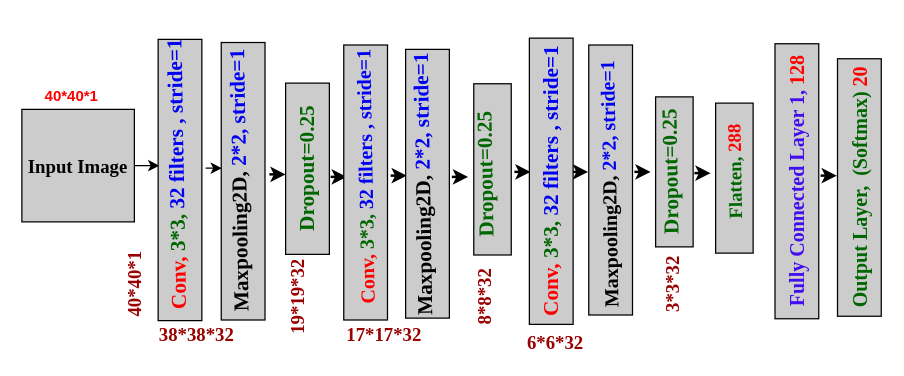
Before: page "Page-1" (1 of 2) of Untitled Diagram.drawio in musaru/first_program, a draw.io diagram. Source tidied: cells renumbered, new cells numbered last; positions are measured from the earlier drawing's top-left corner, leaving out a move shared by most shapes. Both pictures are drawn from the tidied source at 125%, with x=0, y=0 at pixel (21, 84).
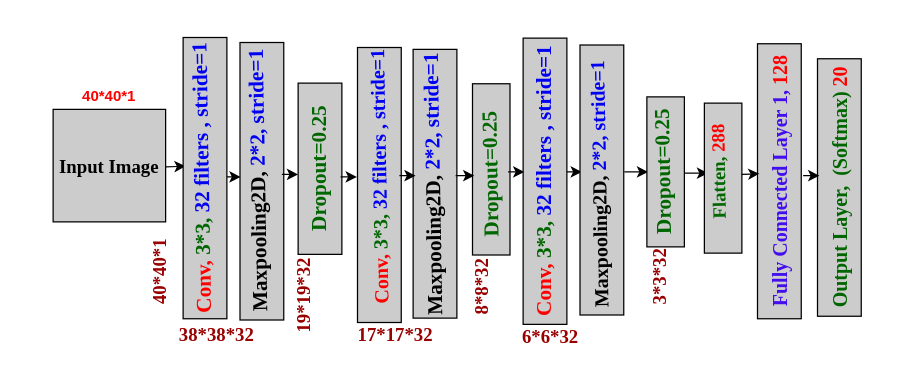
The same page after the edit.

Commit message:
SLR CNN Architecture

Diff of the diagram source:
```diff
@@
     <mxCell id="2" value="&lt;b&gt;&lt;font style=&quot;font-size: 15px&quot; face=&quot;Times New Roman&quot;&gt;Input Image&lt;/font&gt;&lt;/b&gt;" style="whiteSpace=wrap;html=1;strokeWidth=1;fillColor=#CCCCCC;" parent="1" vertex="1">
-      <mxGeometry y="20" width="90" height="90" as="geometry" />
+      <mxGeometry x="25" y="20" width="90" height="90" as="geometry" />
     </mxCell>
     <mxCell id="3" value="&lt;font color=&quot;#FF0000&quot;&gt;&lt;b&gt;40*40*1&lt;/b&gt;&lt;/font&gt;" style="text;html=1;strokeColor=none;fillColor=none;align=center;verticalAlign=middle;whiteSpace=wrap;rounded=0;" parent="1" vertex="1">
-      <mxGeometry x="20" width="40" height="20" as="geometry" />
+      <mxGeometry x="50" width="40" height="20" as="geometry" />
     </mxCell>
-    <mxCell id="4" style="endArrow=classic;html=1;strokeWidth=1;" parent="1" edge="1">
+    <mxCell id="4" style="endArrow=classic;html=1;strokeWidth=1;entryX=0.542;entryY=-0.114;entryDx=0;entryDy=0;entryPerimeter=0;" parent="1" edge="1">
       <mxGeometry relative="1" as="geometry">
-        <mxPoint x="90" y="65" as="sourcePoint" />
-        <mxPoint x="110" y="65" as="targetPoint" />
+        <mxPoint x="115" y="66" as="sourcePoint" />
+        <mxPoint x="131" y="65.5" as="targetPoint" />
       </mxGeometry>
     </mxCell>
-    <mxCell id="5" style="group;strokeWidth=1;" parent="1" vertex="1">
-      <mxGeometry x="80" y="63" width="290" height="70" as="geometry" />
-    </mxCell>
-    <mxCell id="6" style="endArrow=classic;html=1;strokeWidth=2;" parent="5" edge="1">
-      <mxGeometry relative="1" as="geometry">
-        <mxPoint x="167" y="11" as="sourcePoint" />
-        <mxPoint x="180" y="11" as="targetPoint" />
-      </mxGeometry>
-    </mxCell>
-    <mxCell id="7" style="endArrow=classic;html=1;strokeWidth=2;" parent="5" edge="1">
-      <mxGeometry relative="1" as="geometry">
-        <mxPoint x="215" y="10" as="sourcePoint" />
-        <mxPoint x="228" y="10" as="targetPoint" />
-      </mxGeometry>
-    </mxCell>
-    <mxCell id="8" style="endArrow=classic;html=1;strokeWidth=2;" parent="5" edge="1">
-      <mxGeometry relative="1" as="geometry">
-        <mxPoint x="264" y="11" as="sourcePoint" />
-        <mxPoint x="277" y="11" as="targetPoint" />
-      </mxGeometry>
-    </mxCell>
     <mxCell id="9" style="rounded=0;whiteSpace=wrap;html=1;strokeWidth=1;rotation=-90;fillColor=#CCCCCC;" parent="1" vertex="1">
-      <mxGeometry x="165" y="61" width="220" height="35" as="geometry" />
+      <mxGeometry x="176" y="63" width="220" height="35" as="geometry" />
     </mxCell>
     <mxCell id="10" value="&lt;font style=&quot;font-size: 16px&quot; face=&quot;Times New Roman&quot;&gt;&lt;b&gt;&lt;font style=&quot;font-size: 16px&quot; color=&quot;#FF0000&quot;&gt;Conv&lt;/font&gt;&lt;font style=&quot;font-size: 16px&quot; color=&quot;#FF0000&quot;&gt;, &lt;/font&gt;&lt;font style=&quot;font-size: 16px&quot; color=&quot;#006600&quot;&gt;3*3,&lt;/font&gt; &lt;font style=&quot;font-size: 16px&quot; color=&quot;#0000F2&quot;&gt;32 filters , stride=&lt;/font&gt;&lt;font style=&quot;font-size: 16px&quot; color=&quot;#0000F2&quot;&gt;1&lt;/font&gt;&lt;/b&gt;&lt;/font&gt;" style="text;html=1;strokeColor=none;fillColor=none;align=center;verticalAlign=middle;whiteSpace=wrap;rounded=0;rotation=-91;strokeWidth=1;" parent="1" vertex="1">
-      <mxGeometry x="155" y="64" width="240" height="20" as="geometry" />
+      <mxGeometry x="166" y="64" width="240" height="20" as="geometry" />
     </mxCell>
     <mxCell id="11" style="rounded=0;whiteSpace=wrap;html=1;strokeWidth=1;rotation=-90;fillColor=#CCCCCC;" parent="1" vertex="1">
-      <mxGeometry x="217" y="62" width="215" height="35" as="geometry" />
+      <mxGeometry x="223" y="62" width="215" height="35" as="geometry" />
     </mxCell>
     <mxCell id="12" value="&lt;font face=&quot;Times New Roman&quot;&gt;&lt;b&gt;&lt;font style=&quot;font-size: 17px&quot; color=&quot;#FF0000&quot;&gt;&lt;font color=&quot;#000000&quot;&gt;Maxpooling2D,&lt;/font&gt; &lt;font color=&quot;#0000F2&quot;&gt;2*2, stride=1&lt;/font&gt;&lt;br&gt;&lt;/font&gt;&lt;/b&gt;&lt;/font&gt;" style="text;html=1;strokeColor=none;fillColor=none;align=center;verticalAlign=middle;whiteSpace=wrap;rounded=0;rotation=-91;strokeWidth=1;" parent="1" vertex="1">
-      <mxGeometry x="202" y="70" width="240" height="20" as="geometry" />
+      <mxGeometry x="210" y="70" width="240" height="20" as="geometry" />
     </mxCell>
     <mxCell id="13" style="rounded=0;whiteSpace=wrap;html=1;strokeWidth=1;rotation=-90;fillColor=#CCCCCC;" parent="1" vertex="1">
-      <mxGeometry x="308" y="53" width="137" height="30" as="geometry" />
+      <mxGeometry x="307" y="53" width="137" height="30" as="geometry" />
     </mxCell>
     <mxCell id="14" value="&lt;font face=&quot;Times New Roman&quot; color=&quot;#006600&quot;&gt;&lt;b&gt;&lt;font style=&quot;font-size: 17px&quot;&gt;Dropout=0.25&lt;/font&gt;&lt;/b&gt;&lt;/font&gt;" style="text;html=1;strokeColor=none;fillColor=none;align=center;verticalAlign=middle;whiteSpace=wrap;rounded=0;rotation=-91;strokeWidth=1;" parent="1" vertex="1">
-      <mxGeometry x="252" y="62" width="240" height="20" as="geometry" />
+      <mxGeometry x="256" y="62" width="240" height="20" as="geometry" />
     </mxCell>
-    <mxCell id="15" style="endArrow=classic;html=1;strokeWidth=2;" parent="1" edge="1">
+    <mxCell id="15" style="endArrow=classic;html=1;strokeWidth=1;" parent="1" edge="1">
       <mxGeometry relative="1" as="geometry">
-        <mxPoint x="394" y="70" as="sourcePoint" />
-        <mxPoint x="407" y="70" as="targetPoint" />
+        <mxPoint x="389" y="70" as="sourcePoint" />
+        <mxPoint x="402" y="70" as="targetPoint" />
       </mxGeometry>
     </mxCell>
-    <mxCell id="16" style="endArrow=classic;html=1;strokeWidth=2;" parent="1" edge="1">
+    <mxCell id="16" style="endArrow=classic;html=1;strokeWidth=1;" parent="1" edge="1">
       <mxGeometry relative="1" as="geometry">
-        <mxPoint x="440" y="70" as="sourcePoint" />
-        <mxPoint x="453" y="70" as="targetPoint" />
+        <mxPoint x="435" y="70" as="sourcePoint" />
+        <mxPoint x="448" y="70" as="targetPoint" />
       </mxGeometry>
     </mxCell>
-    <mxCell id="17" style="endArrow=classic;html=1;strokeWidth=2;" parent="1" edge="1">
+    <mxCell id="17" style="endArrow=classic;html=1;strokeWidth=1;" parent="1" edge="1">
       <mxGeometry relative="1" as="geometry">
-        <mxPoint x="490" y="70" as="sourcePoint" />
-        <mxPoint x="503" y="70" as="targetPoint" />
+        <mxPoint x="482" y="70" as="sourcePoint" />
+        <mxPoint x="501" y="70" as="targetPoint" />
       </mxGeometry>
     </mxCell>
-    <mxCell id="18" style="endArrow=classic;html=1;strokeWidth=2;" parent="1" edge="1">
+    <mxCell id="18" style="endArrow=classic;html=1;strokeWidth=1;" parent="1" edge="1">
       <mxGeometry relative="1" as="geometry">
-        <mxPoint x="538" y="71" as="sourcePoint" />
-        <mxPoint x="551" y="71" as="targetPoint" />
+        <mxPoint x="528" y="71" as="sourcePoint" />
+        <mxPoint x="549" y="71" as="targetPoint" />
       </mxGeometry>
     </mxCell>
     <mxCell id="19" style="rounded=0;whiteSpace=wrap;html=1;strokeWidth=1;rotation=-90;fillColor=#CCCCCC;" parent="1" vertex="1">
-      <mxGeometry x="363" y="59" width="216" height="35" as="geometry" />
+      <mxGeometry x="356" y="59" width="216" height="35" as="geometry" />
     </mxCell>
     <mxCell id="20" value="&lt;font style=&quot;font-size: 16px&quot; face=&quot;Times New Roman&quot;&gt;&lt;b&gt;&lt;font style=&quot;font-size: 16px&quot; color=&quot;#FF0000&quot;&gt;&lt;font style=&quot;font-size: 16px&quot; color=&quot;#000000&quot;&gt;Maxpooling2D,&lt;/font&gt; &lt;font style=&quot;font-size: 16px&quot; color=&quot;#0000F2&quot;&gt;2*2, stride=1&lt;/font&gt;&lt;br&gt;&lt;/font&gt;&lt;/b&gt;&lt;/font&gt;" style="text;html=1;strokeColor=none;fillColor=none;align=center;verticalAlign=middle;whiteSpace=wrap;rounded=0;rotation=-91;strokeWidth=1;" parent="1" vertex="1">
-      <mxGeometry x="350" y="70" width="240" height="20" as="geometry" />
+      <mxGeometry x="342" y="70" width="240" height="20" as="geometry" />
     </mxCell>
     <mxCell id="21" style="rounded=0;whiteSpace=wrap;html=1;strokeWidth=1;rotation=-90;fillColor=#CCCCCC;" parent="1" vertex="1">
-      <mxGeometry x="462" y="55" width="120" height="30" as="geometry" />
+      <mxGeometry x="455" y="55" width="120" height="30" as="geometry" />
     </mxCell>
     <mxCell id="22" value="&lt;font face=&quot;Times New Roman&quot; color=&quot;#006600&quot;&gt;&lt;b&gt;&lt;font style=&quot;font-size: 17px&quot;&gt;Dropout=0.25&lt;/font&gt;&lt;/b&gt;&lt;/font&gt;" style="text;html=1;strokeColor=none;fillColor=none;align=center;verticalAlign=middle;whiteSpace=wrap;rounded=0;rotation=-91;strokeWidth=1;" parent="1" vertex="1">
-      <mxGeometry x="400" y="60" width="240" height="20" as="geometry" />
+      <mxGeometry x="394" y="60" width="240" height="20" as="geometry" />
     </mxCell>
     <mxCell id="23" value="&lt;font style=&quot;font-size: 17px&quot; face=&quot;Times New Roman&quot;&gt;&lt;b&gt;&lt;font style=&quot;font-size: 17px&quot; color=&quot;#FF0000&quot;&gt;Conv&lt;/font&gt;&lt;font style=&quot;font-size: 17px&quot; color=&quot;#FF0000&quot;&gt;, &lt;/font&gt;&lt;font style=&quot;font-size: 17px&quot; color=&quot;#006600&quot;&gt;3*3,&lt;/font&gt; &lt;font style=&quot;font-size: 17px&quot; color=&quot;#0000F2&quot;&gt;32 filters , stride=&lt;/font&gt;&lt;font style=&quot;font-size: 17px&quot; color=&quot;#0000F2&quot;&gt;1&lt;/font&gt;&lt;/b&gt;&lt;/font&gt;" style="rounded=0;whiteSpace=wrap;html=1;strokeWidth=1;rotation=-90;fillColor=#CCCCCC;" parent="1" vertex="1">
-      <mxGeometry x="309" y="60" width="229" height="35" as="geometry" />
+      <mxGeometry x="304" y="60" width="229" height="35" as="geometry" />
     </mxCell>
     <mxCell id="24" value="&lt;font style=&quot;font-size: 16px&quot; face=&quot;Times New Roman&quot;&gt;&lt;b&gt;&lt;font style=&quot;font-size: 16px&quot; color=&quot;#420EED&quot;&gt;Fully Connected Layer 1,&lt;font color=&quot;#FF0000&quot;&gt; 128&lt;/font&gt;&lt;/font&gt;&lt;/b&gt;&lt;/font&gt;" style="rounded=0;whiteSpace=wrap;html=1;strokeWidth=1;rotation=-90;fillColor=#CCCCCC;" parent="1" vertex="1">
-      <mxGeometry x="510" y="60" width="220" height="35" as="geometry" />
+      <mxGeometry x="496" y="60" width="220" height="35" as="geometry" />
     </mxCell>
     <mxCell id="25" value="&lt;font face=&quot;Times New Roman&quot; color=&quot;#006600&quot;&gt;&lt;b&gt;&lt;font style=&quot;font-size: 16px&quot;&gt;Output Layer,&amp;nbsp; (Softmax) &lt;font color=&quot;#FF0000&quot;&gt;20&lt;/font&gt;&lt;/font&gt;&lt;/b&gt;&lt;/font&gt;" style="rounded=0;whiteSpace=wrap;html=1;strokeWidth=1;rotation=-90;fillColor=#CCCCCC;" parent="1" vertex="1">
-      <mxGeometry x="567" y="65" width="206" height="35" as="geometry" />
+      <mxGeometry x="551" y="65" width="206" height="35" as="geometry" />
     </mxCell>
-    <mxCell id="26" style="endArrow=classic;html=1;strokeWidth=2;" parent="1" edge="1">
+    <mxCell id="26" style="endArrow=classic;html=1;strokeWidth=1;" parent="1" edge="1">
       <mxGeometry relative="1" as="geometry">
-        <mxPoint x="639" y="73" as="sourcePoint" />
-        <mxPoint x="652" y="73" as="targetPoint" />
+        <mxPoint x="625" y="73" as="sourcePoint" />
+        <mxPoint x="638" y="73" as="targetPoint" />
       </mxGeometry>
     </mxCell>
     <mxCell id="27" style="endArrow=classic;html=1;strokeWidth=1;" parent="1" edge="1">
       <mxGeometry relative="1" as="geometry">
-        <mxPoint x="147" y="67" as="sourcePoint" />
-        <mxPoint x="160" y="67" as="targetPoint" />
+        <mxPoint x="162" y="74" as="sourcePoint" />
+        <mxPoint x="175" y="74" as="targetPoint" />
       </mxGeometry>
     </mxCell>
     <mxCell id="28" style="rounded=0;whiteSpace=wrap;html=1;strokeWidth=1;rotation=-90;fillColor=#CCCCCC;" parent="1" vertex="1">
-      <mxGeometry x="66" y="60" width="222" height="35" as="geometry" />
+      <mxGeometry x="81" y="60" width="222" height="35" as="geometry" />
     </mxCell>
     <mxCell id="29" value="&lt;font face=&quot;Times New Roman&quot; color=&quot;#006600&quot;&gt;&lt;b&gt;&lt;font style=&quot;font-size: 17px&quot;&gt;Dropout=0.25&lt;/font&gt;&lt;/b&gt;&lt;/font&gt;" style="rounded=0;whiteSpace=wrap;html=1;strokeWidth=1;rotation=-90;fillColor=#CCCCCC;" parent="1" vertex="1">
-      <mxGeometry x="160" y="50" width="137" height="35" as="geometry" />
+      <mxGeometry x="170" y="50" width="137" height="35" as="geometry" />
     </mxCell>
     <mxCell id="30" value="&lt;font face=&quot;Times New Roman&quot;&gt;&lt;b&gt;&lt;font style=&quot;font-size: 17px&quot; color=&quot;#FF0000&quot;&gt;&lt;font color=&quot;#000000&quot;&gt;Maxpooling2D,&lt;/font&gt; &lt;font color=&quot;#0000F2&quot;&gt;2*2, stride=1&lt;/font&gt;&lt;br&gt;&lt;/font&gt;&lt;/b&gt;&lt;/font&gt;" style="text;html=1;strokeColor=none;fillColor=none;align=center;verticalAlign=middle;whiteSpace=wrap;rounded=0;rotation=-91;strokeWidth=1;" parent="1" vertex="1">
-      <mxGeometry x="55" y="67" width="240" height="20" as="geometry" />
+      <mxGeometry x="70" y="67" width="240" height="20" as="geometry" />
     </mxCell>
-    <mxCell id="31" style="endArrow=classic;html=1;strokeWidth=2;" parent="1" edge="1">
+    <mxCell id="31" style="endArrow=classic;html=1;strokeWidth=1;" parent="1" edge="1">
       <mxGeometry relative="1" as="geometry">
-        <mxPoint x="198" y="72" as="sourcePoint" />
-        <mxPoint x="211" y="72" as="targetPoint" />
+        <mxPoint x="208" y="72" as="sourcePoint" />
+        <mxPoint x="221" y="72" as="targetPoint" />
       </mxGeometry>
     </mxCell>
     <mxCell id="32" style="rounded=0;whiteSpace=wrap;html=1;strokeWidth=1;rotation=-90;fillColor=#CCCCCC;" parent="1" vertex="1">
-      <mxGeometry x="14" y="59" width="225" height="35" as="geometry" />
+      <mxGeometry x="34" y="57.5" width="225" height="35" as="geometry" />
     </mxCell>
     <mxCell id="33" value="&lt;font style=&quot;font-size: 17px&quot; face=&quot;Times New Roman&quot;&gt;&lt;b&gt;&lt;font style=&quot;font-size: 17px&quot; color=&quot;#FF0000&quot;&gt;Conv&lt;/font&gt;&lt;font style=&quot;font-size: 17px&quot; color=&quot;#FF0000&quot;&gt;, &lt;/font&gt;&lt;font style=&quot;font-size: 17px&quot; color=&quot;#006600&quot;&gt;3*3,&lt;/font&gt; &lt;font style=&quot;font-size: 17px&quot; color=&quot;#0000F2&quot;&gt;32 filters , stride=&lt;/font&gt;&lt;font style=&quot;font-size: 17px&quot; color=&quot;#0000F2&quot;&gt;1&lt;/font&gt;&lt;/b&gt;&lt;/font&gt;" style="text;html=1;strokeColor=none;fillColor=none;align=center;verticalAlign=middle;whiteSpace=wrap;rounded=0;rotation=-91;strokeWidth=1;" parent="1" vertex="1">
-      <mxGeometry x="5" y="62" width="240" height="20" as="geometry" />
+      <mxGeometry x="25" y="65" width="240" height="20" as="geometry" />
     </mxCell>
     <mxCell id="34" value="&lt;font color=&quot;#990000&quot;&gt;&lt;b&gt;&lt;font style=&quot;font-size: 15px&quot; face=&quot;Times New Roman&quot;&gt;40*40*1&lt;/font&gt;&lt;/b&gt;&lt;/font&gt;" style="text;html=1;strokeColor=none;fillColor=none;align=center;verticalAlign=middle;whiteSpace=wrap;rounded=0;dashed=1;rotation=-90;" parent="1" vertex="1">
-      <mxGeometry x="70" y="150" width="40" height="20" as="geometry" />
+      <mxGeometry x="90" y="140" width="40" height="20" as="geometry" />
     </mxCell>
     <mxCell id="35" value="&lt;font color=&quot;#990000&quot;&gt;&lt;b&gt;&lt;font style=&quot;font-size: 15px&quot; face=&quot;Times New Roman&quot;&gt;38*38*32&lt;/font&gt;&lt;/b&gt;&lt;/font&gt;" style="text;html=1;strokeColor=none;fillColor=none;align=center;verticalAlign=middle;whiteSpace=wrap;rounded=0;dashed=1;rotation=0;" parent="1" vertex="1">
-      <mxGeometry x="120" y="190" width="40" height="20" as="geometry" />
+      <mxGeometry x="136" y="190" width="40" height="20" as="geometry" />
     </mxCell>
     <mxCell id="36" value="&lt;font color=&quot;#990000&quot;&gt;&lt;b&gt;&lt;font style=&quot;font-size: 15px&quot; face=&quot;Times New Roman&quot;&gt;17*17*32&lt;/font&gt;&lt;/b&gt;&lt;/font&gt;" style="text;html=1;strokeColor=none;fillColor=none;align=center;verticalAlign=middle;whiteSpace=wrap;rounded=0;dashed=1;rotation=0;" parent="1" vertex="1">
-      <mxGeometry x="270" y="190" width="40" height="20" as="geometry" />
+      <mxGeometry x="279" y="190" width="40" height="20" as="geometry" />
     </mxCell>
     <mxCell id="37" value="&lt;font color=&quot;#990000&quot;&gt;&lt;b&gt;&lt;font style=&quot;font-size: 15px&quot; face=&quot;Times New Roman&quot;&gt;6*6*32&lt;/font&gt;&lt;/b&gt;&lt;/font&gt;" style="text;html=1;strokeColor=none;fillColor=none;align=center;verticalAlign=middle;whiteSpace=wrap;rounded=0;dashed=1;rotation=0;" parent="1" vertex="1">
-      <mxGeometry x="407" y="196" width="40" height="20" as="geometry" />
+      <mxGeometry x="403" y="191" width="40" height="20" as="geometry" />
     </mxCell>
     <mxCell id="38" value="&lt;font color=&quot;#990000&quot;&gt;&lt;b&gt;&lt;font style=&quot;font-size: 15px&quot; face=&quot;Times New Roman&quot;&gt;19*19*32&lt;/font&gt;&lt;/b&gt;&lt;/font&gt;" style="text;html=1;strokeColor=none;fillColor=none;align=center;verticalAlign=middle;whiteSpace=wrap;rounded=0;dashed=1;rotation=-90;" parent="1" vertex="1">
-      <mxGeometry x="200" y="160" width="40" height="20" as="geometry" />
+      <mxGeometry x="205" y="159" width="40" height="20" as="geometry" />
     </mxCell>
     <mxCell id="39" value="&lt;font color=&quot;#990000&quot;&gt;&lt;b&gt;&lt;font style=&quot;font-size: 15px&quot; face=&quot;Times New Roman&quot;&gt;8*8*32&lt;/font&gt;&lt;/b&gt;&lt;/font&gt;" style="text;html=1;strokeColor=none;fillColor=none;align=center;verticalAlign=middle;whiteSpace=wrap;rounded=0;dashed=1;rotation=-90;" parent="1" vertex="1">
-      <mxGeometry x="350" y="160" width="40" height="20" as="geometry" />
+      <mxGeometry x="347" y="152" width="40" height="20" as="geometry" />
     </mxCell>
     <mxCell id="40" value="&lt;font color=&quot;#990000&quot;&gt;&lt;b&gt;&lt;font style=&quot;font-size: 15px&quot; face=&quot;Times New Roman&quot;&gt;3*3*32&lt;/font&gt;&lt;/b&gt;&lt;/font&gt;" style="text;html=1;strokeColor=none;fillColor=none;align=center;verticalAlign=middle;whiteSpace=wrap;rounded=0;dashed=1;rotation=-90;" parent="1" vertex="1">
-      <mxGeometry x="500" y="150" width="40" height="20" as="geometry" />
+      <mxGeometry x="490" y="144" width="40" height="20" as="geometry" />
     </mxCell>
     <mxCell id="41" style="rounded=0;whiteSpace=wrap;html=1;strokeWidth=1;rotation=-90;fillColor=#CCCCCC;" parent="1" vertex="1">
-      <mxGeometry x="510" y="60" width="120" height="30" as="geometry" />
+      <mxGeometry x="501" y="60" width="120" height="30" as="geometry" />
     </mxCell>
     <mxCell id="42" value="&lt;font style=&quot;font-size: 15px&quot;&gt;&lt;b&gt;&lt;font style=&quot;font-size: 15px&quot; face=&quot;Times New Roman&quot;&gt;&lt;font color=&quot;#006600&quot;&gt;Flatten,&lt;/font&gt; &lt;font color=&quot;#FF0000&quot;&gt;288&lt;/font&gt;&lt;br&gt;&lt;/font&gt;&lt;/b&gt;&lt;/font&gt;" style="text;html=1;strokeColor=none;fillColor=none;align=center;verticalAlign=middle;whiteSpace=wrap;rounded=0;rotation=-91;strokeWidth=1;" parent="1" vertex="1">
-      <mxGeometry x="450" y="60" width="240" height="20" as="geometry" />
+      <mxGeometry x="437" y="60" width="240" height="20" as="geometry" />
     </mxCell>
+    <mxCell id="43" style="endArrow=classic;html=1;strokeWidth=1;" parent="1" edge="1">
+      <mxGeometry relative="1" as="geometry">
+        <mxPoint x="576" y="72" as="sourcePoint" />
+        <mxPoint x="590" y="71.5" as="targetPoint" />
+      </mxGeometry>
+    </mxCell>
+    <mxCell id="6" style="endArrow=classic;html=1;strokeWidth=1;" parent="1" edge="1">
+      <mxGeometry x="539" y="750" as="geometry">
+        <mxPoint x="255" y="74" as="sourcePoint" />
+        <mxPoint x="268" y="74" as="targetPoint" />
+      </mxGeometry>
+    </mxCell>
+    <mxCell id="7" style="endArrow=classic;html=1;strokeWidth=1;" parent="1" edge="1">
+      <mxGeometry x="538" y="750" as="geometry">
+        <mxPoint x="302" y="73" as="sourcePoint" />
+        <mxPoint x="315" y="73" as="targetPoint" />
+      </mxGeometry>
+    </mxCell>
+    <mxCell id="8" style="endArrow=classic;html=1;strokeWidth=1;" parent="1" edge="1">
+      <mxGeometry x="534" y="749" as="geometry">
+        <mxPoint x="347" y="73" as="sourcePoint" />
+        <mxPoint x="362" y="73" as="targetPoint" />
+      </mxGeometry>
+    </mxCell>
```
